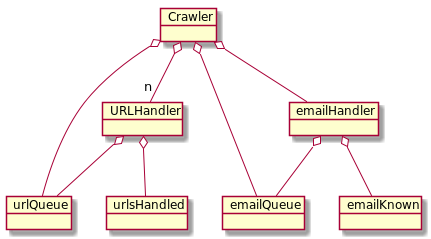
Above: design/diagrams/crawler_obj.png in brochwerger/crawler (PlantUML), before the change.
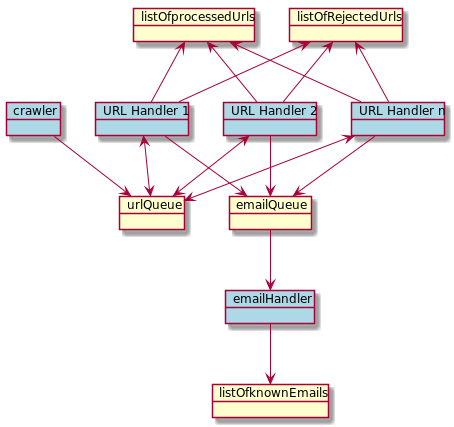
The same diagram one commit later.

Change to the diagram source:
```diff
@@ -1,18 +1,38 @@
 @startuml
-object Crawler
-object URLHandler
+object crawler #lightblue
+object "URL Handler 1" as uh1 #lightblue
+object "URL Handler 2" as uh2 #lightblue
+object "URL Handler n" as uhn #lightblue
+object emailHandler #lightblue
+
 object urlQueue
-object urlsHandled
-object emailHandler
+object listOfprocessedUrls
+object listOfRejectedUrls
+
 object emailQueue
-object emailKnown
+object listOfknownEmails
 
-Crawler o-- "n" URLHandler
-Crawler o--  emailHandler
-Crawler o-- urlQueue
-Crawler o-- emailQueue
-emailHandler o-- emailQueue
-emailHandler o-- emailKnown
-URLHandler o-- urlQueue
-URLHandler o-- urlsHandled
+
+crawler -->  urlQueue
+
+emailQueue --> emailHandler
+emailHandler --> listOfknownEmails
+
+uh1 <--> urlQueue
+uh2 <--> urlQueue
+uhn <--> urlQueue
+
+listOfprocessedUrls <-- uh1
+listOfprocessedUrls <-- uh2
+listOfprocessedUrls <-- uhn
+
+listOfRejectedUrls <-- uh1
+listOfRejectedUrls <-- uh2
+listOfRejectedUrls <-- uhn
+
+uh1 --> emailQueue
+uh2 --> emailQueue
+uhn --> emailQueue
+
+
 @enduml
```
